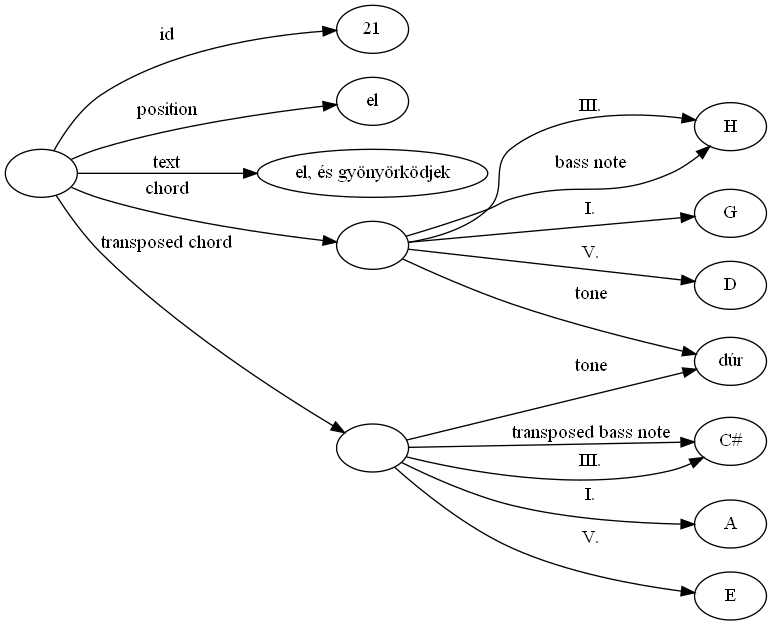
Before: szakdolgozat/images/img_src/rdf_graph_7.png, a diagram exported from Graphviz (Ancsak01/szakdolgozat). Its source is kept beside it as szakdolgozat/images/img_src/rdf_graph_7.dot.
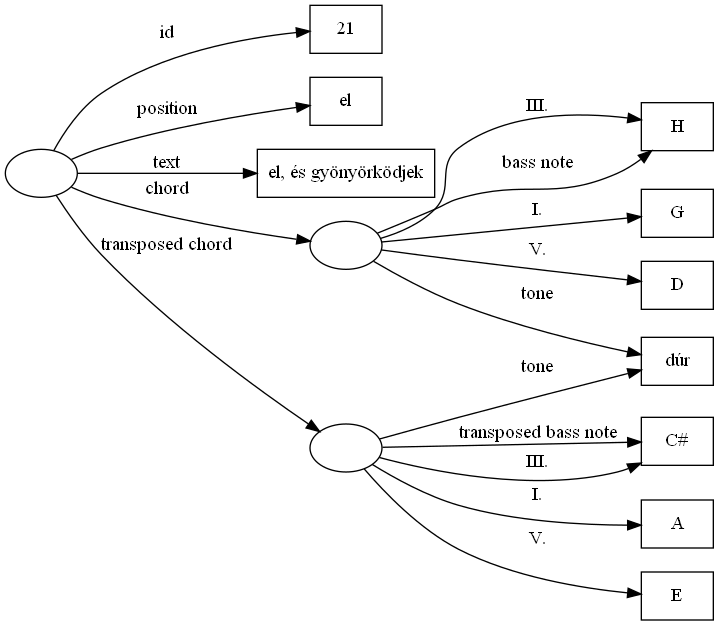
After the change.

What changed in the source:
```diff
@@ -1,18 +1,18 @@
 digraph g {
     rankdir=LR
     Segment [label=""]
-    ID [label="21"]
-    Position [label="el"]
-    Text [label="el, és gyönyörködjek"]
-    Bass_note [label="H"]
+    ID [label="21" shape="box"]
+    Position [label="el" shape="box"]
+    Text [label="el, és gyönyörködjek" shape="box"]
+    Bass_note [label="H" shape="box"]
     Chord [label=""]
-    Deg1 [label="G"]
-    Deg5 [label="D"]
+    Deg1 [label="G" shape="box"]
+    Deg5 [label="D" shape="box"]
     T_Chord [label=""]
-    T_Tone [label="dúr"]
-    T_Bass_note [label="C#"]
-    T_Deg1 [label="A"]
-    T_Deg5 [label="E"]
+    T_Tone [label="dúr" shape="box"]
+    T_Bass_note [label="C#" shape="box"]
+    T_Deg1 [label="A" shape="box"]
+    T_Deg5 [label="E" shape="box"]
     Segment -> ID [label="id"]
     Segment -> Position [label="position"]
     Segment -> Text [label="text"]
```
